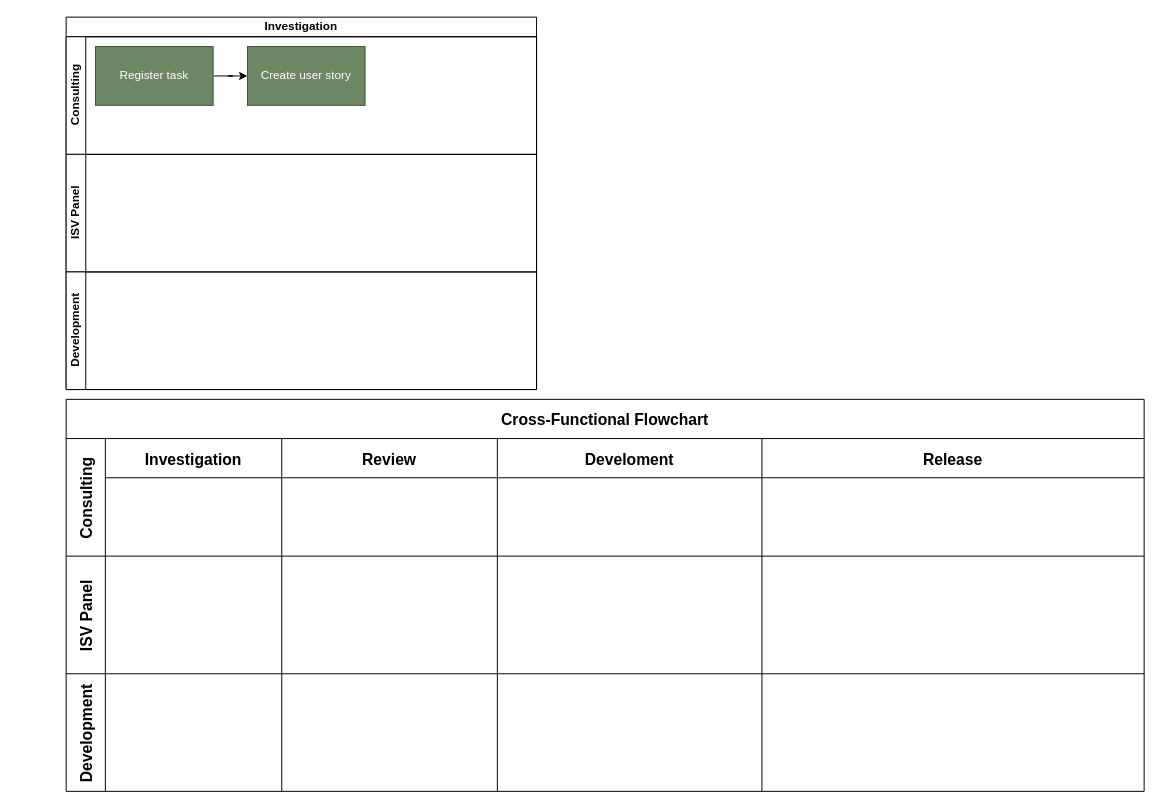
This is ISV Issue Management.drawio from Braintree-by-Vox/Braintree-theme, a draw.io file, before an edit. Source tidied: cells renumbered, new cells numbered last; positions are measured from the earlier drawing's top-left corner, leaving out a move shared by most shapes. Both pictures are drawn from the tidied source at 98%, with x=0, y=0 at pixel (66, 17).
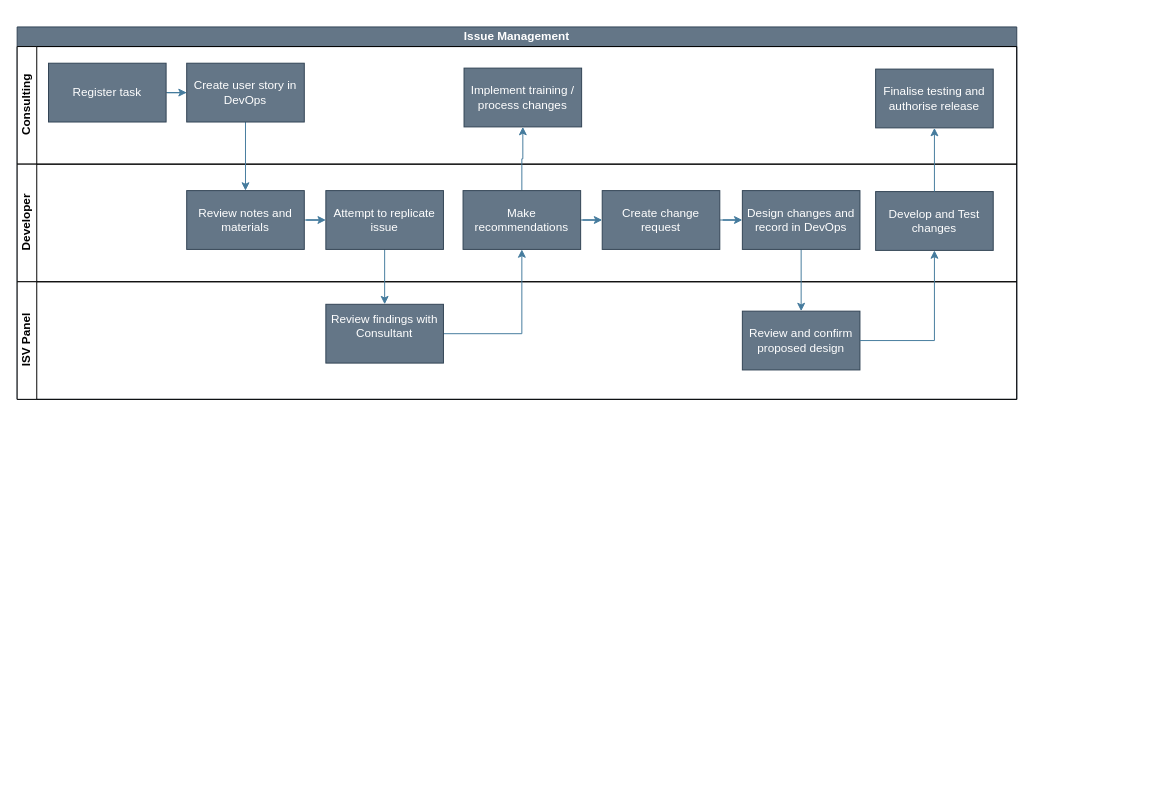
The same page after the edit.

Change to the diagram source:
```diff
@@
-    <mxCell id="2" value="Investigation" style="swimlane;html=1;horizontal=1;startSize=20;whiteSpace=wrap;fillColor=none;" parent="1" vertex="1">
-      <mxGeometry width="480" height="380" as="geometry" />
-    </mxCell>
-    <mxCell id="3" value="Consulting" style="swimlane;html=1;startSize=20;horizontal=0;" parent="2" vertex="1">
-      <mxGeometry y="20" width="480" height="120" as="geometry" />
-    </mxCell>
-    <mxCell id="4" style="edgeStyle=orthogonalEdgeStyle;rounded=0;jettySize=auto;html=1;" parent="3" edge="1" source="5" target="6">
-      <mxGeometry relative="1" as="geometry" />
-    </mxCell>
+    <mxCell id="25" value="Issue Management" style="swimlane;html=1;horizontal=1;startSize=20;whiteSpace=wrap;rounded=0;strokeColor=#314354;align=center;verticalAlign=middle;fontFamily=Helvetica;fontSize=12;fontColor=#ffffff;labelBackgroundColor=none;fillColor=#647687;" parent="1" vertex="1">
+      <mxGeometry x="-50" y="10" width="1020" height="380" as="geometry" />
+    </mxCell>
+    <mxCell id="26" value="Consulting" style="swimlane;html=1;startSize=20;horizontal=0;rounded=0;align=center;verticalAlign=middle;fontFamily=Helvetica;fontSize=12;labelBackgroundColor=none;fillColor=light-dark(#FFFFFF,#003333);" parent="25" vertex="1">
+      <mxGeometry y="20" width="1020" height="120" as="geometry" />
+    </mxCell>
+    <mxCell id="27" value="Finalise testing and authorise release" style="whiteSpace=wrap;html=1;fillColor=#647687;strokeColor=#314354;fontColor=#ffffff;rounded=0;labelBackgroundColor=none;" parent="26" vertex="1">
+      <mxGeometry x="876" y="23" width="120" height="60" as="geometry" />
+    </mxCell>
+    <mxCell id="28" value="Developer" style="swimlane;html=1;startSize=20;horizontal=0;rounded=0;align=center;verticalAlign=middle;fontFamily=Helvetica;fontSize=12;labelBackgroundColor=none;fillColor=light-dark(#FFFFFF,#003333);" parent="25" vertex="1">
+      <mxGeometry y="140" width="1020" height="120" as="geometry" />
+    </mxCell>
+    <mxCell id="29" value="Develop and Test changes" style="whiteSpace=wrap;html=1;fillColor=#647687;strokeColor=#314354;fontColor=#ffffff;rounded=0;labelBackgroundColor=none;" parent="28" vertex="1">
+      <mxGeometry x="876" y="28" width="120" height="60" as="geometry" />
+    </mxCell>
+    <mxCell id="30" value="ISV Panel" style="swimlane;html=1;startSize=20;horizontal=0;rounded=0;align=center;verticalAlign=middle;fontFamily=Helvetica;fontSize=12;labelBackgroundColor=none;fillColor=light-dark(#FFFFFF,#003333);" parent="25" vertex="1">
+      <mxGeometry y="260" width="1020" height="120" as="geometry" />
+    </mxCell>
+    <mxCell id="31" value="Review and confirm proposed design" style="whiteSpace=wrap;html=1;fillColor=#647687;strokeColor=#314354;fontColor=#ffffff;rounded=0;labelBackgroundColor=none;" parent="30" vertex="1">
+      <mxGeometry x="740" y="30" width="120" height="60" as="geometry" />
+    </mxCell>
+    <mxCell id="32" style="edgeStyle=orthogonalEdgeStyle;rounded=0;jettySize=auto;html=1;strokeColor=#457B9D;fontFamily=Helvetica;fontSize=12;fontColor=#ffffff;labelBackgroundColor=none;fillColor=#A8DADC;" parent="25" edge="1" source="31" target="29">
+      <mxGeometry relative="1" as="geometry" />
+    </mxCell>
+    <mxCell id="33" style="edgeStyle=orthogonalEdgeStyle;rounded=0;jettySize=auto;html=1;strokeColor=#457B9D;fontFamily=Helvetica;fontSize=12;fontColor=#ffffff;labelBackgroundColor=none;fillColor=#A8DADC;" parent="25" edge="1" source="29" target="27">
+      <mxGeometry relative="1" as="geometry" />
+    </mxCell>
+    <mxCell id="34" style="edgeStyle=orthogonalEdgeStyle;rounded=0;jettySize=auto;html=1;labelBackgroundColor=none;strokeColor=#457B9D;fontColor=default;" parent="1" edge="1" source="5" target="36">
+      <mxGeometry relative="1" as="geometry" />
+    </mxCell>
-    <mxCell id="5" value="Register task" style="rounded=0;whiteSpace=wrap;html=1;fillColor=#6d8764;fontColor=#ffffff;strokeColor=#3A5431;" parent="3" vertex="1">
-      <mxGeometry x="30" y="10" width="120" height="60" as="geometry" />
+    <mxCell id="5" value="Register task" style="rounded=0;whiteSpace=wrap;html=1;fillColor=#647687;fontColor=#ffffff;strokeColor=#314354;labelBackgroundColor=none;" parent="1" vertex="1">
+      <mxGeometry x="-18" y="47" width="120" height="60" as="geometry" />
     </mxCell>
-    <mxCell id="6" value="Create user story" style="whiteSpace=wrap;html=1;rounded=0;fillColor=#6d8764;fontColor=#ffffff;strokeColor=#3A5431;" parent="3" vertex="1">
-      <mxGeometry x="185" y="10" width="120" height="60" as="geometry" />
-    </mxCell>
-    <mxCell id="7" value="ISV Panel" style="swimlane;html=1;startSize=20;horizontal=0;" parent="2" vertex="1">
-      <mxGeometry y="140" width="480" height="120" as="geometry" />
-    </mxCell>
-    <mxCell id="8" value="Development" style="swimlane;html=1;startSize=20;horizontal=0;" parent="2" vertex="1">
-      <mxGeometry y="260" width="480" height="120" as="geometry" />
-    </mxCell>
-    <mxCell id="9" value="Cross-Functional Flowchart" style="shape=table;childLayout=tableLayout;startSize=40;fontSize=16;fontStyle=1;" parent="1" vertex="1">
-      <mxGeometry y="390" width="1100" height="400" as="geometry" />
-    </mxCell>
-    <mxCell id="10" value="Consulting" style="shape=tableRow;horizontal=0;swimlaneHead=0;swimlaneBody=0;top=0;left=0;strokeColor=inherit;bottom=0;right=0;fontStyle=1;fillColor=none;startSize=40;fontSize=16;" parent="9" vertex="1">
-      <mxGeometry y="40" width="1100" height="120" as="geometry" />
-    </mxCell>
-    <mxCell id="11" value="Investigation" style="swimlane;swimlaneHead=0;swimlaneBody=0;fontStyle=1;strokeColor=inherit;fillColor=none;startSize=40;fontSize=16;" parent="10" vertex="1">
-      <mxGeometry x="40" width="180" height="120" as="geometry" />
-    </mxCell>
-    <mxCell id="12" value="Review" style="swimlane;swimlaneHead=0;swimlaneBody=0;fontStyle=1;strokeColor=inherit;fillColor=none;startSize=40;fontSize=16;" parent="10" vertex="1">
-      <mxGeometry x="220" width="220" height="120" as="geometry" />
-    </mxCell>
-    <mxCell id="13" value="Develoment" style="swimlane;swimlaneHead=0;swimlaneBody=0;fontStyle=1;strokeColor=inherit;fillColor=none;startSize=40;fontSize=16;" parent="10" vertex="1">
-      <mxGeometry x="440" width="270" height="120" as="geometry" />
-    </mxCell>
-    <mxCell id="14" value="Release" style="swimlane;swimlaneHead=0;swimlaneBody=0;fontStyle=1;strokeColor=inherit;fillColor=none;startSize=40;fontSize=16;" parent="10" vertex="1">
-      <mxGeometry x="710" width="390" height="120" as="geometry" />
-    </mxCell>
-    <mxCell id="15" value="ISV Panel" style="shape=tableRow;horizontal=0;swimlaneHead=0;swimlaneBody=0;top=0;left=0;strokeColor=inherit;bottom=0;right=0;fontStyle=1;fillColor=none;startSize=40;fontSize=16;" parent="9" vertex="1">
-      <mxGeometry y="160" width="1100" height="120" as="geometry" />
-    </mxCell>
-    <mxCell id="16" style="swimlane;swimlaneHead=0;swimlaneBody=0;fontStyle=1;strokeColor=inherit;fillColor=none;startSize=0;fontSize=16;" parent="15" vertex="1">
-      <mxGeometry x="40" width="180" height="120" as="geometry" />
-    </mxCell>
-    <mxCell id="17" style="swimlane;swimlaneHead=0;swimlaneBody=0;fontStyle=1;strokeColor=inherit;fillColor=none;startSize=0;fontSize=16;" parent="15" vertex="1">
-      <mxGeometry x="220" width="220" height="120" as="geometry" />
-    </mxCell>
-    <mxCell id="18" style="swimlane;swimlaneHead=0;swimlaneBody=0;fontStyle=1;strokeColor=inherit;fillColor=none;startSize=0;fontSize=16;" parent="15" vertex="1">
-      <mxGeometry x="440" width="270" height="120" as="geometry" />
-    </mxCell>
-    <mxCell id="19" style="swimlane;swimlaneHead=0;swimlaneBody=0;fontStyle=1;strokeColor=inherit;fillColor=none;startSize=0;fontSize=16;" parent="15" vertex="1">
-      <mxGeometry x="710" width="390" height="120" as="geometry" />
-    </mxCell>
-    <mxCell id="20" value="Development" style="shape=tableRow;horizontal=0;swimlaneHead=0;swimlaneBody=0;top=0;left=0;strokeColor=inherit;bottom=0;right=0;fontStyle=1;fillColor=none;startSize=40;fontSize=16;" parent="9" vertex="1">
-      <mxGeometry y="280" width="1100" height="120" as="geometry" />
-    </mxCell>
-    <mxCell id="21" style="swimlane;swimlaneHead=0;swimlaneBody=0;fontStyle=1;strokeColor=inherit;fillColor=none;startSize=0;fontSize=16;" parent="20" vertex="1">
-      <mxGeometry x="40" width="180" height="120" as="geometry" />
-    </mxCell>
-    <mxCell id="22" style="swimlane;swimlaneHead=0;swimlaneBody=0;fontStyle=1;strokeColor=inherit;fillColor=none;startSize=0;fontSize=16;" parent="20" vertex="1">
-      <mxGeometry x="220" width="220" height="120" as="geometry" />
-    </mxCell>
-    <mxCell id="23" style="swimlane;swimlaneHead=0;swimlaneBody=0;fontStyle=1;strokeColor=inherit;fillColor=none;startSize=0;fontSize=16;" parent="20" vertex="1">
-      <mxGeometry x="440" width="270" height="120" as="geometry" />
-    </mxCell>
-    <mxCell id="24" style="swimlane;swimlaneHead=0;swimlaneBody=0;fontStyle=1;strokeColor=inherit;fillColor=none;startSize=0;fontSize=16;" parent="20" vertex="1">
-      <mxGeometry x="710" width="390" height="120" as="geometry" />
-    </mxCell>
+    <mxCell id="35" style="edgeStyle=orthogonalEdgeStyle;rounded=0;jettySize=auto;html=1;exitX=0.5;exitY=1;exitDx=0;exitDy=0;entryX=0.5;entryY=0;entryDx=0;entryDy=0;strokeColor=#457B9D;fontFamily=Helvetica;fontSize=12;fontColor=#ffffff;labelBackgroundColor=none;fillColor=#A8DADC;" parent="1" edge="1" source="36" target="39">
+      <mxGeometry relative="1" as="geometry" />
+    </mxCell>
+    <mxCell id="36" value="Create user story in DevOps" style="whiteSpace=wrap;html=1;rounded=0;fillColor=#647687;fontColor=#ffffff;strokeColor=#314354;labelBackgroundColor=none;" parent="1" vertex="1">
+      <mxGeometry x="123" y="47" width="120" height="60" as="geometry" />
+    </mxCell>
+    <mxCell id="37" value="&lt;div&gt;Implement training / process changes&lt;/div&gt;" style="whiteSpace=wrap;html=1;rounded=0;fillColor=#647687;fontColor=#ffffff;strokeColor=#314354;labelBackgroundColor=none;" parent="1" vertex="1">
+      <mxGeometry x="406" y="52" width="120" height="60" as="geometry" />
+    </mxCell>
+    <mxCell id="38" style="edgeStyle=orthogonalEdgeStyle;rounded=0;jettySize=auto;html=1;strokeColor=#457B9D;fontFamily=Helvetica;fontSize=12;fontColor=#ffffff;labelBackgroundColor=none;fillColor=#A8DADC;" parent="1" edge="1" source="39" target="41">
+      <mxGeometry relative="1" as="geometry" />
+    </mxCell>
+    <mxCell id="39" value="Review notes and materials" style="whiteSpace=wrap;html=1;rounded=0;fillColor=#647687;fontColor=#ffffff;strokeColor=#314354;labelBackgroundColor=none;" parent="1" vertex="1">
+      <mxGeometry x="123" y="177" width="120" height="60" as="geometry" />
+    </mxCell>
+    <mxCell id="40" style="edgeStyle=orthogonalEdgeStyle;rounded=0;jettySize=auto;html=1;entryX=0.5;entryY=0;entryDx=0;entryDy=0;strokeColor=#457B9D;fontFamily=Helvetica;fontSize=12;fontColor=#ffffff;labelBackgroundColor=none;fillColor=#A8DADC;" parent="1" edge="1" source="41" target="50">
+      <mxGeometry relative="1" as="geometry" />
+    </mxCell>
+    <mxCell id="41" value="Attempt to replicate issue" style="whiteSpace=wrap;html=1;rounded=0;fillColor=#647687;fontColor=#ffffff;strokeColor=#314354;labelBackgroundColor=none;" parent="1" vertex="1">
+      <mxGeometry x="265" y="177" width="120" height="60" as="geometry" />
+    </mxCell>
+    <mxCell id="42" style="edgeStyle=orthogonalEdgeStyle;rounded=0;jettySize=auto;html=1;strokeColor=#457B9D;fontFamily=Helvetica;fontSize=12;fontColor=#ffffff;labelBackgroundColor=none;fillColor=#A8DADC;" parent="1" edge="1" source="44" target="46">
+      <mxGeometry relative="1" as="geometry" />
+    </mxCell>
+    <mxCell id="43" style="edgeStyle=orthogonalEdgeStyle;rounded=0;jettySize=auto;html=1;strokeColor=#457B9D;fontFamily=Helvetica;fontSize=12;fontColor=#ffffff;labelBackgroundColor=none;fillColor=#A8DADC;" parent="1" edge="1" source="44" target="37">
+      <mxGeometry relative="1" as="geometry" />
+    </mxCell>
+    <mxCell id="44" value="&lt;div&gt;Make recommendations&lt;/div&gt;" style="whiteSpace=wrap;html=1;rounded=0;fillColor=#647687;fontColor=#ffffff;strokeColor=#314354;labelBackgroundColor=none;" parent="1" vertex="1">
+      <mxGeometry x="405" y="177" width="120" height="60" as="geometry" />
+    </mxCell>
+    <mxCell id="45" style="edgeStyle=orthogonalEdgeStyle;rounded=0;jettySize=auto;html=1;strokeColor=#457B9D;fontFamily=Helvetica;fontSize=12;fontColor=#ffffff;labelBackgroundColor=none;fillColor=#A8DADC;" parent="1" edge="1" source="46" target="48">
+      <mxGeometry relative="1" as="geometry" />
+    </mxCell>
+    <mxCell id="46" value="Create change request" style="whiteSpace=wrap;html=1;fillColor=#647687;strokeColor=#314354;fontColor=#ffffff;rounded=0;labelBackgroundColor=none;" parent="1" vertex="1">
+      <mxGeometry x="547" y="177" width="120" height="60" as="geometry" />
+    </mxCell>
+    <mxCell id="47" style="edgeStyle=orthogonalEdgeStyle;rounded=0;jettySize=auto;html=1;strokeColor=#457B9D;fontFamily=Helvetica;fontSize=12;fontColor=#ffffff;labelBackgroundColor=none;fillColor=#A8DADC;" parent="1" edge="1" source="48" target="31">
+      <mxGeometry relative="1" as="geometry" />
+    </mxCell>
+    <mxCell id="48" value="Design changes and record in DevOps" style="whiteSpace=wrap;html=1;fillColor=#647687;strokeColor=#314354;fontColor=#ffffff;rounded=0;labelBackgroundColor=none;" parent="1" vertex="1">
+      <mxGeometry x="690" y="177" width="120" height="60" as="geometry" />
+    </mxCell>
+    <mxCell id="49" style="edgeStyle=orthogonalEdgeStyle;rounded=0;jettySize=auto;html=1;exitX=1;exitY=0.5;exitDx=0;exitDy=0;entryX=0.5;entryY=1;entryDx=0;entryDy=0;strokeColor=#457B9D;fontFamily=Helvetica;fontSize=12;fontColor=#ffffff;labelBackgroundColor=none;fillColor=#A8DADC;" parent="1" edge="1" source="50" target="44">
+      <mxGeometry relative="1" as="geometry" />
+    </mxCell>
+    <mxCell id="50" value="Review findings with Consultant&lt;div&gt;&lt;br&gt;&lt;/div&gt;" style="whiteSpace=wrap;html=1;rounded=0;fillColor=#647687;fontColor=#ffffff;strokeColor=#314354;labelBackgroundColor=none;" parent="1" vertex="1">
+      <mxGeometry x="265" y="293" width="120" height="60" as="geometry" />
+    </mxCell>
```
